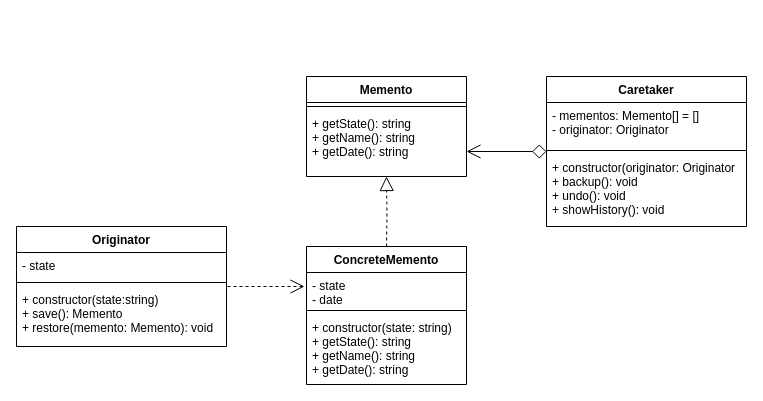
This is Behavioral/Memento/memento.drawio from Kazantip94/Patern, a draw.io file, before an edit. Source tidied: cells renumbered, new cells numbered last; positions are measured from the earlier drawing's top-left corner, leaving out a move shared by most shapes. Both pictures are drawn from the tidied source at 100%, with x=0, y=0 at pixel (16, 76).
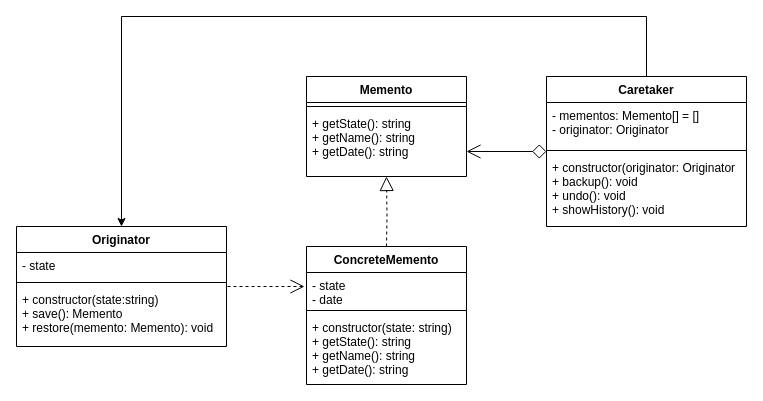
The same diagram, later.

The change refers to these unchanged cells:
```xml
<mxCell id="8" value="Caretaker" style="swimlane;fontStyle=1;align=center;verticalAlign=top;horizontal=1;startSize=26;" parent="1" vertex="1">
  <mxGeometry x="530" width="200" height="150" as="geometry" />
</mxCell>
<mxCell id="12" value="Originator" style="swimlane;fontStyle=1;align=center;verticalAlign=top;horizontal=1;startSize=26;" parent="1" vertex="1">
  <mxGeometry y="150" width="210" height="120" as="geometry" />
</mxCell>
```

What changed in the source:
```diff
@@
+    <mxCell id="20" style="edgeStyle=orthogonalEdgeStyle;rounded=0;jettySize=auto;html=1;entryX=0.5;entryY=0;entryDx=0;entryDy=0;" parent="1" edge="1" source="8" target="12">
+      <mxGeometry relative="1" as="geometry">
+        <Array as="points">
+          <mxPoint x="630" y="-60" />
+          <mxPoint x="105" y="-60" />
+        </Array>
+      </mxGeometry>
+    </mxCell>
```
